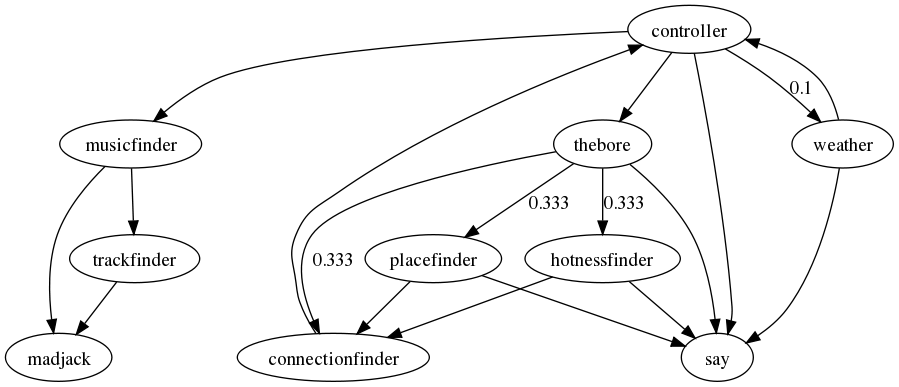
This is docs/music_bore_map.png from metade/musicbore, a Graphviz export, as it was before one commit. Its source is kept beside it as docs/music_bore_map.dot. The source it was exported from:
```dot
digraph G {
  controller -> musicfinder;
  controller -> thebore;
  controller -> weather [label=0.1];

  weather->controller;

  thebore -> hotnessfinder [label=0.333];
  thebore -> placefinder [label=0.333];
  thebore -> connectionfinder [label=0.333];

  placefinder -> connectionfinder;
  hotnessfinder -> connectionfinder;

  connectionfinder -> controller;

  controller -> say;
  thebore -> say;
  placefinder -> say;
  hotnessfinder -> say;
  weather -> say;

  musicfinder -> trackfinder;
  trackfinder -> madjack;
  musicfinder -> madjack;
}
```
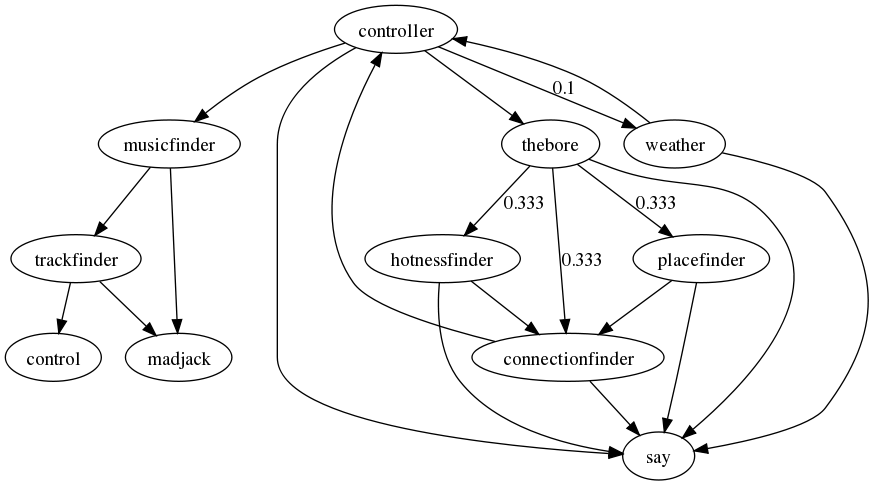
After the commit.

The edit, as a diff of the source:
```diff
@@ -19,6 +19,9 @@
   placefinder -> say;
   hotnessfinder -> say;
   weather -> say;
+  connectionfinder -> say;
+
+  trackfinder -> control;
 
   musicfinder -> trackfinder;
   trackfinder -> madjack;
```
